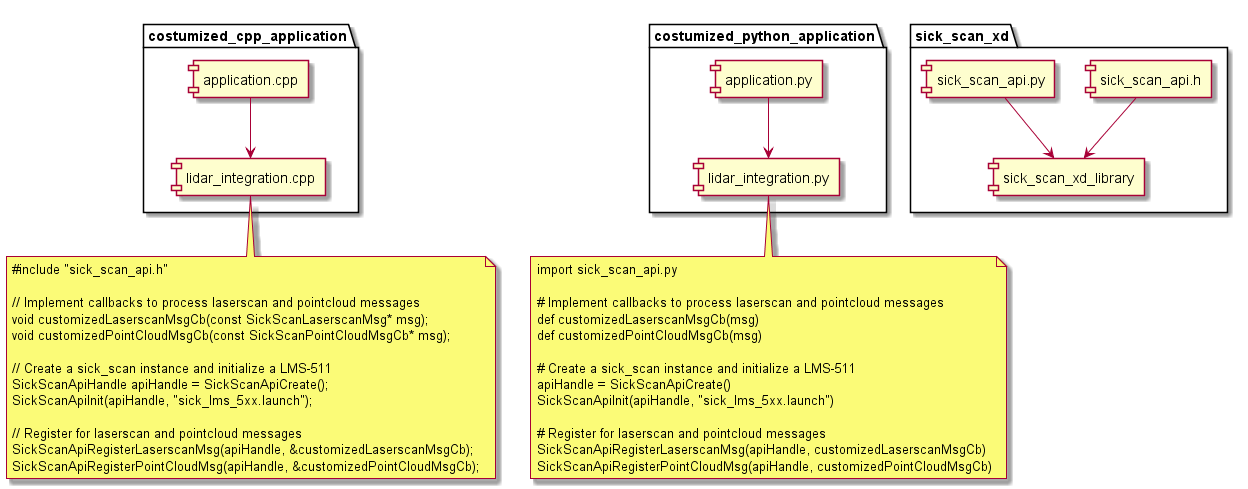
This is doc/sick_scan_api/apiComponentsDiagram1.png from SICKAG/sick_scan_xd, a PlantUML export, as it was before one commit. Its diagram source:
```plantuml
@startuml

package "sick_scan_xd" {
  [sick_scan_api.h]
  [sick_scan_api.py]
  [sick_scan_xd_library]
}

package "costumized_cpp_application" {
  [application.cpp]
  [lidar_integration.cpp]
}

package "costumized_python_application" {
  [application.py]
  [lidar_integration.py]
}

[sick_scan_api.h] --> [sick_scan_xd_library]
[sick_scan_api.py] --> [sick_scan_xd_library]

[application.cpp] --> [lidar_integration.cpp]

[application.py] --> [lidar_integration.py]

note bottom of lidar_integration.cpp
  ~#include "sick_scan_api.h"

  // Implement callbacks to process laserscan and pointcloud messages
  void customizedLaserscanMsgCb(const SickScanLaserscanMsg* msg);
  void customizedPointCloudMsgCb(const SickScanPointCloudMsgCb* msg);

  // Create a sick_scan instance and initialize a LMS-511
  SickScanApiHandle apiHandle = SickScanApiCreate();
  SickScanApiInit(apiHandle, "sick_lms_5xx.launch");

  // Register for laserscan and pointcloud messages
  SickScanApiRegisterLaserscanMsg(apiHandle, &customizedLaserscanMsgCb);
  SickScanApiRegisterPointCloudMsg(apiHandle, &customizedPointCloudMsgCb);
end note

note bottom of lidar_integration.py
  import sick_scan_api.py

  ~# Implement callbacks to process laserscan and pointcloud messages
  def customizedLaserscanMsgCb(msg)
  def customizedPointCloudMsgCb(msg)

  ~# Create a sick_scan instance and initialize a LMS-511
  apiHandle = SickScanApiCreate()
  SickScanApiInit(apiHandle, "sick_lms_5xx.launch")

  ~# Register for laserscan and pointcloud messages
  SickScanApiRegisterLaserscanMsg(apiHandle, customizedLaserscanMsgCb)
  SickScanApiRegisterPointCloudMsg(apiHandle, customizedPointCloudMsgCb)
end note

@enduml
```
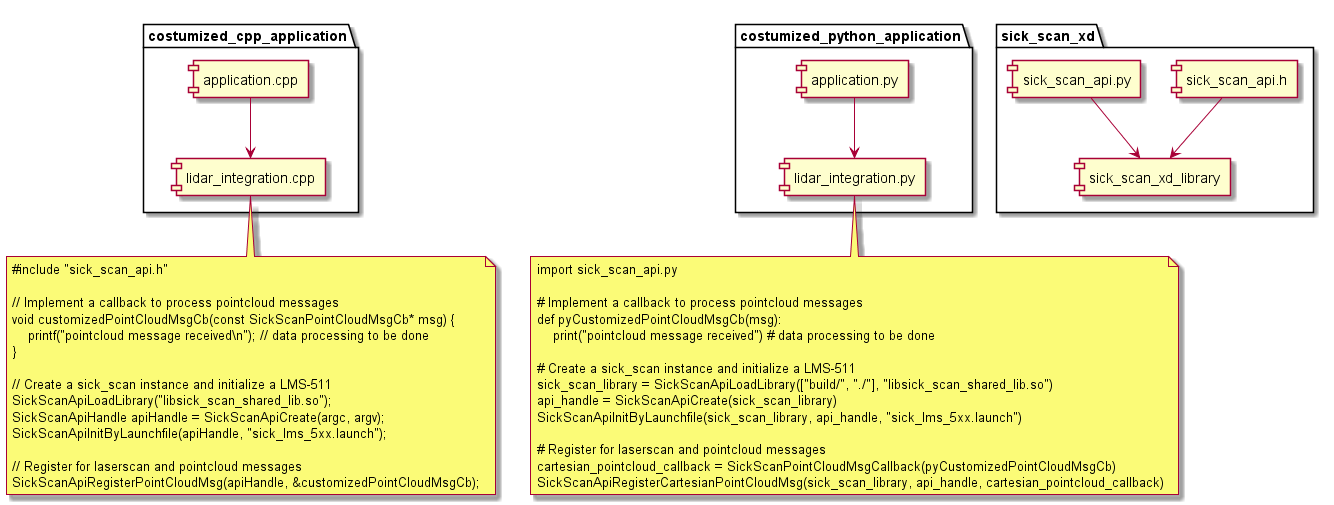
After the change.

Change to the diagram source:
```diff
@@ -26,33 +26,35 @@
 note bottom of lidar_integration.cpp
   ~#include "sick_scan_api.h"
 
-  // Implement callbacks to process laserscan and pointcloud messages
-  void customizedLaserscanMsgCb(const SickScanLaserscanMsg* msg);
-  void customizedPointCloudMsgCb(const SickScanPointCloudMsgCb* msg);
+  // Implement a callback to process pointcloud messages
+  void customizedPointCloudMsgCb(const SickScanPointCloudMsgCb* msg) {
+      printf("pointcloud message received\n"); // data processing to be done
+  }
 
   // Create a sick_scan instance and initialize a LMS-511
-  SickScanApiHandle apiHandle = SickScanApiCreate();
-  SickScanApiInit(apiHandle, "sick_lms_5xx.launch");
+  SickScanApiLoadLibrary("libsick_scan_shared_lib.so");
+  SickScanApiHandle apiHandle = SickScanApiCreate(argc, argv);
+  SickScanApiInitByLaunchfile(apiHandle, "sick_lms_5xx.launch");
 
   // Register for laserscan and pointcloud messages
-  SickScanApiRegisterLaserscanMsg(apiHandle, &customizedLaserscanMsgCb);
   SickScanApiRegisterPointCloudMsg(apiHandle, &customizedPointCloudMsgCb);
 end note
 
 note bottom of lidar_integration.py
   import sick_scan_api.py
 
-  ~# Implement callbacks to process laserscan and pointcloud messages
-  def customizedLaserscanMsgCb(msg)
-  def customizedPointCloudMsgCb(msg)
+  ~# Implement a callback to process pointcloud messages
+  def pyCustomizedPointCloudMsgCb(msg):
+      print("pointcloud message received") # data processing to be done
 
   ~# Create a sick_scan instance and initialize a LMS-511
-  apiHandle = SickScanApiCreate()
-  SickScanApiInit(apiHandle, "sick_lms_5xx.launch")
+  sick_scan_library = SickScanApiLoadLibrary(["build/", "./"], "libsick_scan_shared_lib.so")
+  api_handle = SickScanApiCreate(sick_scan_library)
+  SickScanApiInitByLaunchfile(sick_scan_library, api_handle, "sick_lms_5xx.launch")
 
   ~# Register for laserscan and pointcloud messages
-  SickScanApiRegisterLaserscanMsg(apiHandle, customizedLaserscanMsgCb)
-  SickScanApiRegisterPointCloudMsg(apiHandle, customizedPointCloudMsgCb)
+  cartesian_pointcloud_callback = SickScanPointCloudMsgCallback(pyCustomizedPointCloudMsgCb)
+  SickScanApiRegisterCartesianPointCloudMsg(sick_scan_library, api_handle, cartesian_pointcloud_callback)
 end note
 
 @enduml
```
